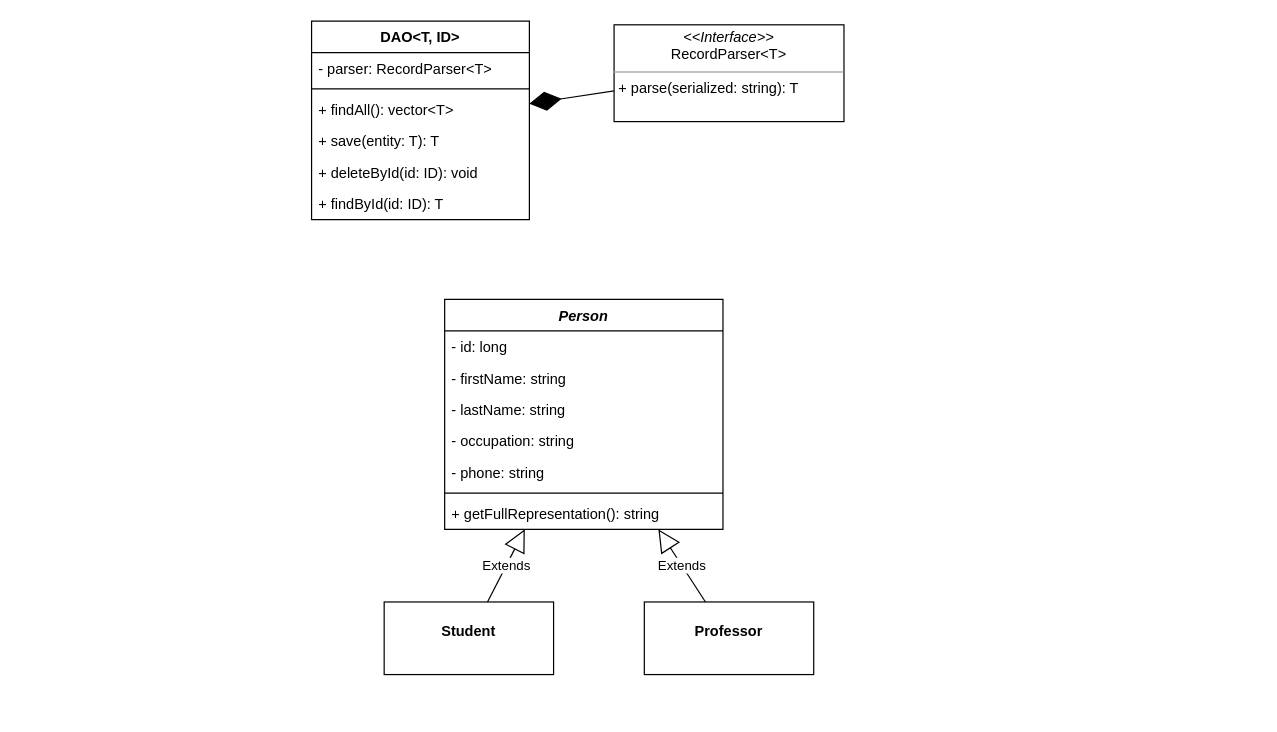
The draw.io diagram homework_cpp.drawio in avetodef/ict_cpp_course_3rd_year, before the edit. Source tidied: cells renumbered, new cells numbered last; positions are measured from the earlier drawing's top-left corner, leaving out a move shared by most shapes. Both pictures are drawn from the tidied source at 121%, with x=0, y=0 at pixel (311, 21).
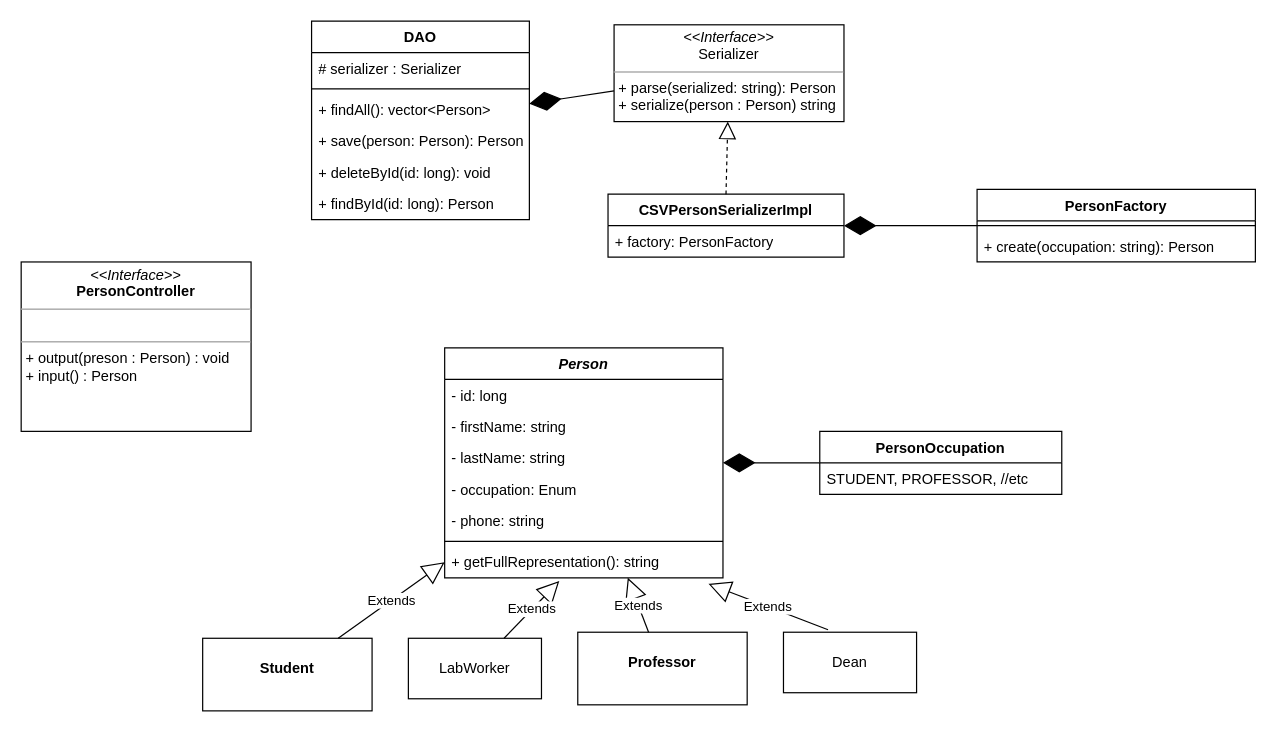
After the change.

Unchanged cells that the change refers to:
```xml
<mxCell id="9" value="+ getFullRepresentation(): string" style="text;strokeColor=none;fillColor=none;align=left;verticalAlign=top;spacingLeft=4;spacingRight=4;overflow=hidden;points=[[0,0.5],[1,0.5]];portConstraint=eastwest;whiteSpace=wrap;html=1;" parent="2" vertex="1">
  <mxGeometry y="164" width="230" height="26" as="geometry" />
</mxCell>
```

The edit, as a diff of the source:
```diff
@@
     <mxCell id="2" value="&lt;i&gt;Person&lt;/i&gt;" style="swimlane;fontStyle=1;align=center;verticalAlign=top;horizontal=1;startSize=26;whiteSpace=wrap;html=1;" parent="1" vertex="1">
-      <mxGeometry x="110" y="230" width="230" height="190" as="geometry" />
+      <mxGeometry x="110" y="270" width="230" height="190" as="geometry" />
     </mxCell>
@@
-    <mxCell id="6" value="- occupation: string" style="text;strokeColor=none;fillColor=none;align=left;verticalAlign=top;spacingLeft=4;spacingRight=4;overflow=hidden;whiteSpace=wrap;html=1;" parent="2" vertex="1">
+    <mxCell id="6" value="- occupation: Enum" style="text;strokeColor=none;fillColor=none;align=left;verticalAlign=top;spacingLeft=4;spacingRight=4;overflow=hidden;whiteSpace=wrap;html=1;" parent="2" vertex="1">
       <mxGeometry y="104" width="230" height="26" as="geometry" />
     </mxCell>
@@
-    <mxCell id="10" value="&lt;p style=&quot;margin:0px;margin-top:4px;text-align:center;&quot;&gt;&lt;i&gt;&amp;lt;&amp;lt;Interface&amp;gt;&amp;gt;&lt;/i&gt;&lt;br&gt;RecordParser&amp;lt;T&amp;gt;&lt;/p&gt;&lt;hr size=&quot;1&quot;&gt;&lt;p style=&quot;margin:0px;margin-left:4px;&quot;&gt;+ parse(serialized: string): T&lt;/p&gt;" style="verticalAlign=top;align=left;overflow=fill;fontSize=12;fontFamily=Helvetica;html=1;whiteSpace=wrap;" parent="1" vertex="1">
+    <mxCell id="10" value="&lt;p style=&quot;margin:0px;margin-top:4px;text-align:center;&quot;&gt;&lt;i&gt;&amp;lt;&amp;lt;Interface&amp;gt;&amp;gt;&lt;/i&gt;&lt;br&gt;Serializer&lt;/p&gt;&lt;hr size=&quot;1&quot;&gt;&lt;p style=&quot;margin:0px;margin-left:4px;&quot;&gt;+ parse(serialized: string): Person&lt;/p&gt;&lt;p style=&quot;margin:0px;margin-left:4px;&quot;&gt;+ serialize(person : Person) string&lt;/p&gt;" style="verticalAlign=top;align=left;overflow=fill;fontSize=12;fontFamily=Helvetica;html=1;whiteSpace=wrap;" parent="1" vertex="1">
       <mxGeometry x="250" y="3" width="190" height="80" as="geometry" />
     </mxCell>
-    <mxCell id="11" value="DAO&amp;lt;T, ID&amp;gt;" style="swimlane;fontStyle=1;align=center;verticalAlign=top;horizontal=1;startSize=26;whiteSpace=wrap;html=1;" parent="1" vertex="1">
+    <mxCell id="11" value="DAO" style="swimlane;fontStyle=1;align=center;verticalAlign=top;horizontal=1;startSize=26;whiteSpace=wrap;html=1;" parent="1" vertex="1">
       <mxGeometry width="180" height="164" as="geometry" />
     </mxCell>
-    <mxCell id="12" value="- parser: RecordParser&amp;lt;T&amp;gt;" style="text;strokeColor=none;fillColor=none;align=left;verticalAlign=top;spacingLeft=4;spacingRight=4;overflow=hidden;whiteSpace=wrap;html=1;" parent="11" vertex="1">
+    <mxCell id="12" value="# serializer : Serializer" style="text;strokeColor=none;fillColor=none;align=left;verticalAlign=top;spacingLeft=4;spacingRight=4;overflow=hidden;whiteSpace=wrap;html=1;" parent="11" vertex="1">
       <mxGeometry y="26" width="180" height="26" as="geometry" />
     </mxCell>
@@
-    <mxCell id="14" value="+ findAll(): vector&amp;lt;T&amp;gt;" style="text;strokeColor=none;fillColor=none;align=left;verticalAlign=top;spacingLeft=4;spacingRight=4;overflow=hidden;whiteSpace=wrap;html=1;" parent="11" vertex="1">
+    <mxCell id="14" value="+ findAll(): vector&amp;lt;Person&amp;gt;" style="text;strokeColor=none;fillColor=none;align=left;verticalAlign=top;spacingLeft=4;spacingRight=4;overflow=hidden;whiteSpace=wrap;html=1;" parent="11" vertex="1">
       <mxGeometry y="60" width="180" height="26" as="geometry" />
     </mxCell>
-    <mxCell id="15" value="+ save(entity: T): T" style="text;strokeColor=none;fillColor=none;align=left;verticalAlign=top;spacingLeft=4;spacingRight=4;overflow=hidden;whiteSpace=wrap;html=1;" parent="11" vertex="1">
+    <mxCell id="15" value="+ save(person: Person): Person" style="text;strokeColor=none;fillColor=none;align=left;verticalAlign=top;spacingLeft=4;spacingRight=4;overflow=hidden;whiteSpace=wrap;html=1;" parent="11" vertex="1">
       <mxGeometry y="86" width="180" height="26" as="geometry" />
     </mxCell>
-    <mxCell id="16" value="+ deleteById(id: ID): void" style="text;strokeColor=none;fillColor=none;align=left;verticalAlign=top;spacingLeft=4;spacingRight=4;overflow=hidden;whiteSpace=wrap;html=1;" parent="11" vertex="1">
+    <mxCell id="16" value="+ deleteById(id: long): void" style="text;strokeColor=none;fillColor=none;align=left;verticalAlign=top;spacingLeft=4;spacingRight=4;overflow=hidden;whiteSpace=wrap;html=1;" parent="11" vertex="1">
       <mxGeometry y="112" width="180" height="26" as="geometry" />
     </mxCell>
-    <mxCell id="17" value="+ findById(id: ID): T" style="text;strokeColor=none;fillColor=none;align=left;verticalAlign=top;spacingLeft=4;spacingRight=4;overflow=hidden;whiteSpace=wrap;html=1;" parent="11" vertex="1">
+    <mxCell id="17" value="+ findById(id: long): Person" style="text;strokeColor=none;fillColor=none;align=left;verticalAlign=top;spacingLeft=4;spacingRight=4;overflow=hidden;whiteSpace=wrap;html=1;" parent="11" vertex="1">
       <mxGeometry y="138" width="180" height="26" as="geometry" />
     </mxCell>
@@
     <mxCell id="19" value="&lt;p style=&quot;margin:0px;margin-top:4px;text-align:center;&quot;&gt;&lt;br&gt;&lt;b&gt;Student&lt;/b&gt;&lt;/p&gt;" style="verticalAlign=top;align=left;overflow=fill;fontSize=12;fontFamily=Helvetica;html=1;whiteSpace=wrap;" parent="1" vertex="1">
-      <mxGeometry x="60" y="480" width="140" height="60" as="geometry" />
+      <mxGeometry x="-90" y="510" width="140" height="60" as="geometry" />
     </mxCell>
     <mxCell id="20" value="&lt;p style=&quot;margin:0px;margin-top:4px;text-align:center;&quot;&gt;&lt;br&gt;&lt;b&gt;Professor&lt;/b&gt;&lt;/p&gt;" style="verticalAlign=top;align=left;overflow=fill;fontSize=12;fontFamily=Helvetica;html=1;whiteSpace=wrap;" parent="1" vertex="1">
-      <mxGeometry x="275" y="480" width="140" height="60" as="geometry" />
+      <mxGeometry x="220" y="505" width="140" height="60" as="geometry" />
     </mxCell>
@@
+    <mxCell id="23" value="&lt;p style=&quot;margin:0px;margin-top:4px;text-align:center;&quot;&gt;&lt;i&gt;&amp;lt;&amp;lt;Interface&amp;gt;&amp;gt;&lt;/i&gt;&lt;br&gt;&lt;b&gt;PersonController&lt;/b&gt;&lt;/p&gt;&lt;hr size=&quot;1&quot;&gt;&lt;p style=&quot;margin:0px;margin-left:4px;&quot;&gt;&lt;br&gt;&lt;/p&gt;&lt;hr size=&quot;1&quot;&gt;&lt;p style=&quot;margin:0px;margin-left:4px;&quot;&gt;+ output(preson : Person) : void&lt;/p&gt;&lt;p style=&quot;margin:0px;margin-left:4px;&quot;&gt;+ input() : Person&lt;/p&gt;" style="verticalAlign=top;align=left;overflow=fill;fontSize=12;fontFamily=Helvetica;html=1;whiteSpace=wrap;" parent="1" vertex="1">
+      <mxGeometry x="-240" y="199" width="190" height="140" as="geometry" />
+    </mxCell>
+    <mxCell id="24" value="PersonFactory" style="swimlane;fontStyle=1;align=center;verticalAlign=top;horizontal=1;startSize=26;whiteSpace=wrap;html=1;" parent="1" vertex="1">
+      <mxGeometry x="550" y="139" width="230" height="60" as="geometry" />
+    </mxCell>
+    <mxCell id="25" style="line;strokeWidth=1;fillColor=none;align=left;verticalAlign=middle;spacingTop=-1;spacingLeft=3;spacingRight=3;labelPosition=right;strokeColor=inherit;" parent="24" vertex="1">
+      <mxGeometry y="26" width="230" height="8" as="geometry" />
+    </mxCell>
+    <mxCell id="26" value="+ create(occupation: string): Person" style="text;strokeColor=none;fillColor=none;align=left;verticalAlign=top;spacingLeft=4;spacingRight=4;overflow=hidden;whiteSpace=wrap;html=1;" parent="24" vertex="1">
+      <mxGeometry y="34" width="230" height="26" as="geometry" />
+    </mxCell>
+    <mxCell id="27" value="CSVPersonSerializerImpl" style="swimlane;fontStyle=1;align=center;verticalAlign=top;horizontal=1;startSize=26;whiteSpace=wrap;html=1;" parent="1" vertex="1">
+      <mxGeometry x="245" y="143" width="195" height="52" as="geometry" />
+    </mxCell>
+    <mxCell id="28" value="+ factory: PersonFactory" style="text;strokeColor=none;fillColor=none;align=left;verticalAlign=top;spacingLeft=4;spacingRight=4;overflow=hidden;whiteSpace=wrap;html=1;" parent="27" vertex="1">
+      <mxGeometry y="26" width="195" height="26" as="geometry" />
+    </mxCell>
+    <mxCell id="29" style="endArrow=block;dashed=1;endFill=0;endSize=12;html=1;rounded=0;exitX=0.5;exitY=0;exitDx=0;exitDy=0;" parent="1" edge="1" source="27" target="10">
+      <mxGeometry relative="1" as="geometry" />
+    </mxCell>
+    <mxCell id="30" style="endArrow=diamondThin;endFill=1;endSize=24;html=1;rounded=0;" parent="1" edge="1" source="24" target="27">
+      <mxGeometry relative="1" as="geometry" />
+    </mxCell>
+    <mxCell id="31" value="PersonOccupation" style="swimlane;fontStyle=1;align=center;verticalAlign=top;horizontal=1;startSize=26;whiteSpace=wrap;html=1;" parent="1" vertex="1">
+      <mxGeometry x="420" y="339" width="200" height="52" as="geometry" />
+    </mxCell>
+    <mxCell id="32" value="STUDENT, PROFESSOR, //etc" style="text;strokeColor=none;fillColor=none;align=left;verticalAlign=top;spacingLeft=4;spacingRight=4;overflow=hidden;whiteSpace=wrap;html=1;" parent="31" vertex="1">
+      <mxGeometry y="26" width="200" height="26" as="geometry" />
+    </mxCell>
+    <mxCell id="33" style="endArrow=diamondThin;endFill=1;endSize=24;html=1;rounded=0;" parent="1" edge="1" source="31" target="2">
+      <mxGeometry relative="1" as="geometry" />
+    </mxCell>
+    <mxCell id="34" value="LabWorker" style="html=1;whiteSpace=wrap;" parent="1" vertex="1">
+      <mxGeometry x="80" y="510" width="110" height="50" as="geometry" />
+    </mxCell>
+    <mxCell id="35" value="Extends" style="endArrow=block;endSize=16;endFill=0;html=1;rounded=0;entryX=0.412;entryY=1.1;entryDx=0;entryDy=0;entryPerimeter=0;" parent="1" edge="1" source="34" target="9">
+      <mxGeometry relative="1" as="geometry" />
+    </mxCell>
+    <mxCell id="36" value="Dean" style="html=1;whiteSpace=wrap;" parent="1" vertex="1">
+      <mxGeometry x="390" y="505" width="110" height="50" as="geometry" />
+    </mxCell>
+    <mxCell id="37" value="Extends" style="endArrow=block;endSize=16;endFill=0;html=1;rounded=0;entryX=0.948;entryY=1.192;entryDx=0;entryDy=0;entryPerimeter=0;exitX=0.335;exitY=-0.04;exitDx=0;exitDy=0;exitPerimeter=0;" parent="1" edge="1" source="36" target="9">
+      <mxGeometry relative="1" as="geometry" />
+    </mxCell>
```
